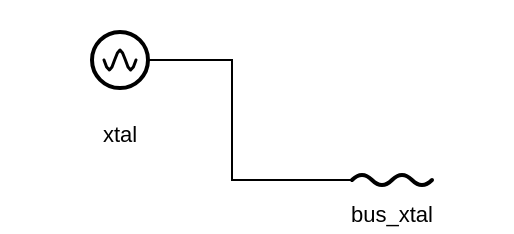
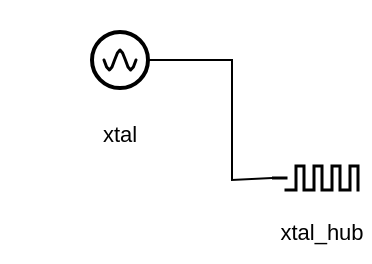
<mxfile>
  <diagram id="fig1" name="fig1"><mxGraphModel>
      <root>
        <mxCell id="0" />
        <mxCell id="1" parent="0" />
        <object id="10" name="xtal" label="&lt;div style=&quot;position:relative;box-sizing:border-box;margin:0;padding:0;display:block;width:100%;height:100%;overflow:visible;white-space:nowrap;font-family:Helvetica,Arial,sans-serif;&quot;&gt;&lt;div style=&quot;position:absolute;left:0;top:0;width:100%;height:100%;&quot;&gt;&lt;svg xmlns=&quot;http://www.w3.org/2000/svg&quot; width=&quot;100%&quot; height=&quot;100%&quot; viewBox=&quot;0 0 120 90&quot; preserveAspectRatio=&quot;none&quot; style=&quot;display:block;overflow:visible;&quot;&gt;&lt;circle cx=&quot;60.0&quot; cy=&quot;30&quot; r=&quot;14&quot; fill=&quot;none&quot; stroke=&quot;#000000&quot; stroke-width=&quot;2&quot;/&gt;&lt;path d=&quot;M 52.0 30.0 L 53.3 33.5 L 54.7 35.0 L 56.0 33.5 L 57.3 30.0 L 58.7 26.5 L 60.0 25.0 L 61.3 26.5 L 62.7 30.0 L 64.0 33.5 L 65.3 35.0 L 66.7 33.5 L 68.0 30.0&quot; fill=&quot;none&quot; stroke=&quot;#000000&quot; stroke-width=&quot;1.5&quot; stroke-linecap=&quot;round&quot; stroke-linejoin=&quot;round&quot;/&gt;&lt;/svg&gt;&lt;/div&gt;&lt;div style=&quot;position:absolute;left:50%;top:64.44444444444444%;transform:translateX(-50%);text-align:center;font-size:11px;line-height:1;white-space:nowrap;padding-top:4px;&quot;&gt;%name%&lt;/div&gt;&lt;/div&gt;" placeholders="1">
          <mxCell style="rounded=0;whiteSpace=nowrap;html=1;metaEdit=1;placeholders=1;overflow=fill;autosize=0;fillColor=none;strokeColor=none;spacingTop=0;spacingBottom=0;spacingLeft=0;spacingRight=0;align=left;verticalAlign=top;drawclockType=source;points=[[0.6167,0.3333,0,0,0]];" vertex="1" parent="1">
            <mxGeometry x="40" y="30" width="120" height="90" as="geometry" />
          </mxCell>
        </object>
-         <object id="11" name="bus_xtal" label="&lt;div style=&quot;position:relative;box-sizing:border-box;margin:0;padding:0;display:block;width:100%;height:100%;overflow:visible;white-space:nowrap;font-family:Helvetica,Arial,sans-serif;&quot;&gt;&lt;div style=&quot;position:absolute;left:0;top:0;width:100%;height:100%;&quot;&gt;&lt;svg xmlns=&quot;http://www.w3.org/2000/svg&quot; width=&quot;100%&quot; height=&quot;100%&quot; viewBox=&quot;0 0 120 40&quot; preserveAspectRatio=&quot;none&quot; style=&quot;display:block;overflow:visible;&quot;&gt;&lt;path d=&quot;M 40 14 Q 45 9 50 14 T 60 14 T 70 14 T 80 14&quot; fill=&quot;none&quot; stroke=&quot;#000000&quot; stroke-width=&quot;2&quot; stroke-linecap=&quot;round&quot; stroke-linejoin=&quot;round&quot;/&gt;&lt;/svg&gt;&lt;/div&gt;&lt;div style=&quot;position:absolute;left:50%;top:55.00000000000001%;transform:translateX(-50%);text-align:center;font-size:11px;line-height:1;white-space:nowrap;padding-top:4px;&quot;&gt;%name%&lt;/div&gt;&lt;/div&gt;" placeholders="1">
-           <mxCell style="rounded=0;whiteSpace=nowrap;html=1;metaEdit=1;placeholders=1;overflow=fill;autosize=0;fillColor=none;strokeColor=none;spacingTop=0;spacingBottom=0;spacingLeft=0;spacingRight=0;align=left;verticalAlign=top;drawclockType=wire;points=[[0.3333,0.3500,0,0,0],[0.6667,0.3500,0,0,0]];" vertex="1" parent="1">
-             <mxGeometry x="176" y="106" width="120" height="40" as="geometry" />
+         <object id="11" name="xtal_hub" label="&lt;div style=&quot;position:relative;box-sizing:border-box;margin:0;padding:0;display:block;width:100%;height:100%;overflow:visible;white-space:nowrap;font-family:Helvetica,Arial,sans-serif;&quot;&gt;&lt;div style=&quot;position:absolute;left:0;top:0;width:100%;height:100%;&quot;&gt;&lt;svg xmlns=&quot;http://www.w3.org/2000/svg&quot; width=&quot;100%&quot; height=&quot;100%&quot; viewBox=&quot;0 0 49 72&quot; preserveAspectRatio=&quot;none&quot; style=&quot;display:block;overflow:visible;&quot;&gt;&lt;path d=&quot;M 0 30 L 7 30 M 43 36 L 43 24 L 39 24 L 39 36 L 34 36 L 34 24 L 30 24 L 30 36 L 25 36 L 25 24 L 21 24 L 21 36 L 16 36 L 16 24 L 12 24 L 12 36 L 7 36&quot; fill=&quot;none&quot; stroke=&quot;#000000&quot; stroke-width=&quot;1.5&quot; stroke-linecap=&quot;square&quot; stroke-linejoin=&quot;miter&quot;/&gt;&lt;/svg&gt;&lt;/div&gt;&lt;div style=&quot;position:absolute;left:51.02040816326531%;top:50.0%;transform:translateX(-50%);text-align:center;font-size:11px;line-height:1;white-space:nowrap;padding-top:16px;&quot;&gt;%name%&lt;/div&gt;&lt;/div&gt;" placeholders="1">
+           <mxCell style="rounded=0;whiteSpace=nowrap;html=1;metaEdit=1;placeholders=1;overflow=fill;autosize=0;fillColor=none;strokeColor=none;spacingTop=0;spacingBottom=0;spacingLeft=0;spacingRight=0;align=left;verticalAlign=top;drawclockType=clock;points=[[0.0000,0.4167,0,0,0]];" vertex="1" parent="1">
+             <mxGeometry x="176" y="89" width="49" height="72" as="geometry" />
          </mxCell>
        </object>
-         <mxCell id="12" style="edgeStyle=none;rounded=0;html=1;endArrow=none;startArrow=none;strokeColor=#000000;exitDx=0;exitDy=0;entryDx=0;entryDy=0;exitPerimeter=0;entryPerimeter=0;exitX=0.6167;exitY=0.3333;entryX=0.3333;entryY=0.35;" edge="1" parent="1" source="10" target="11">
+         <mxCell id="12" style="edgeStyle=none;rounded=0;html=1;endArrow=none;startArrow=none;strokeColor=#000000;exitDx=0;exitDy=0;entryDx=0;entryDy=0;exitPerimeter=0;entryPerimeter=0;exitX=0.6167;exitY=0.3333;entryX=0.0;entryY=0.4167;" edge="1" parent="1" source="10" target="11">
          <mxGeometry as="geometry"><Array as="points"><mxPoint x="156" y="60" /><mxPoint x="156" y="120" /></Array></mxGeometry>
        </mxCell>
      </root>
    </mxGraphModel></diagram>
</mxfile>
